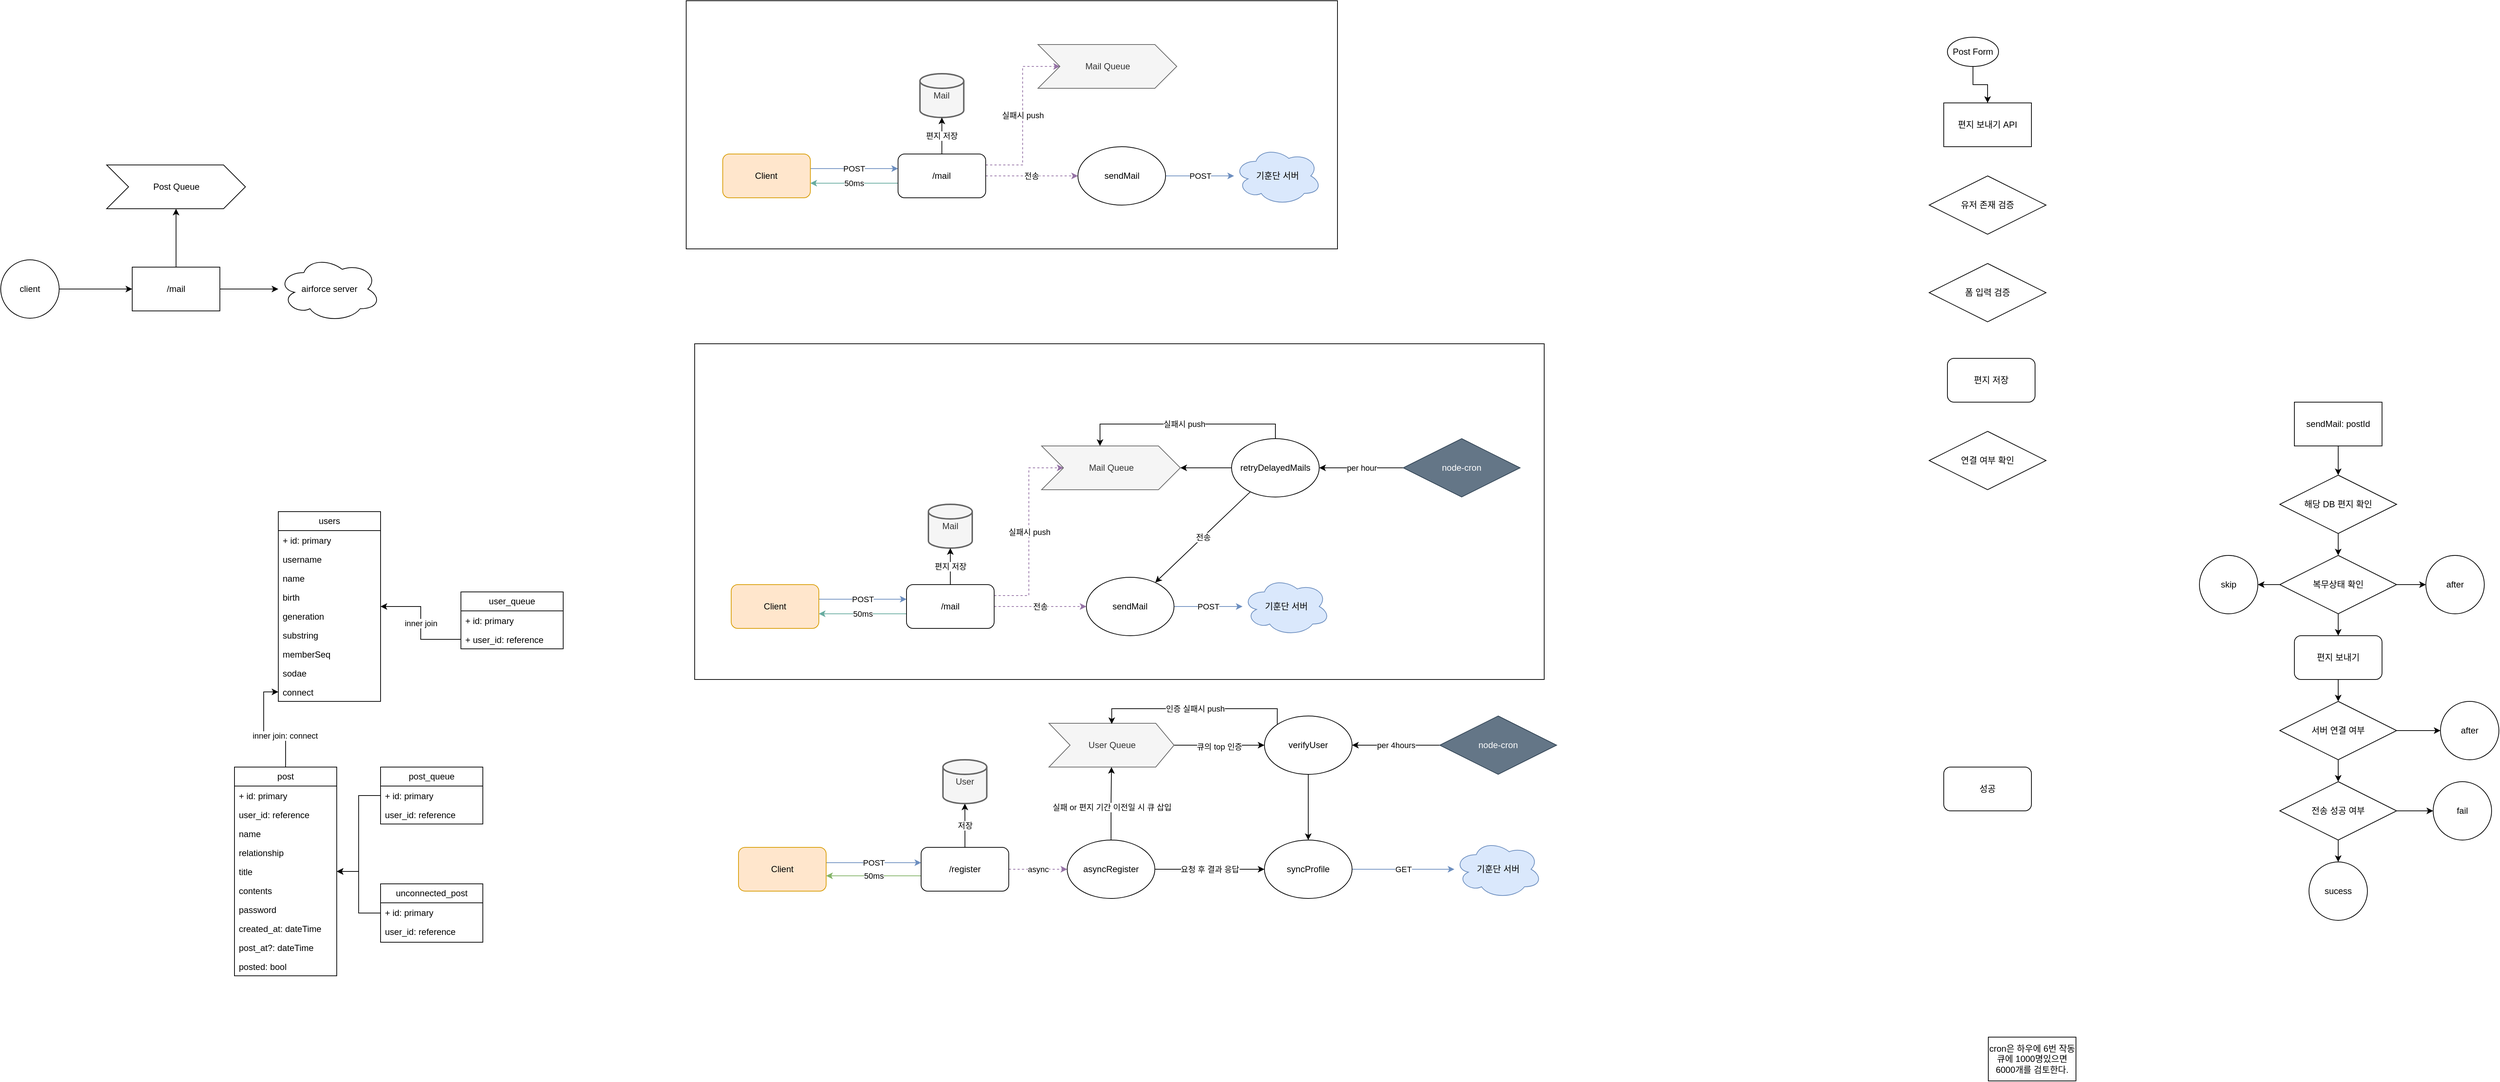
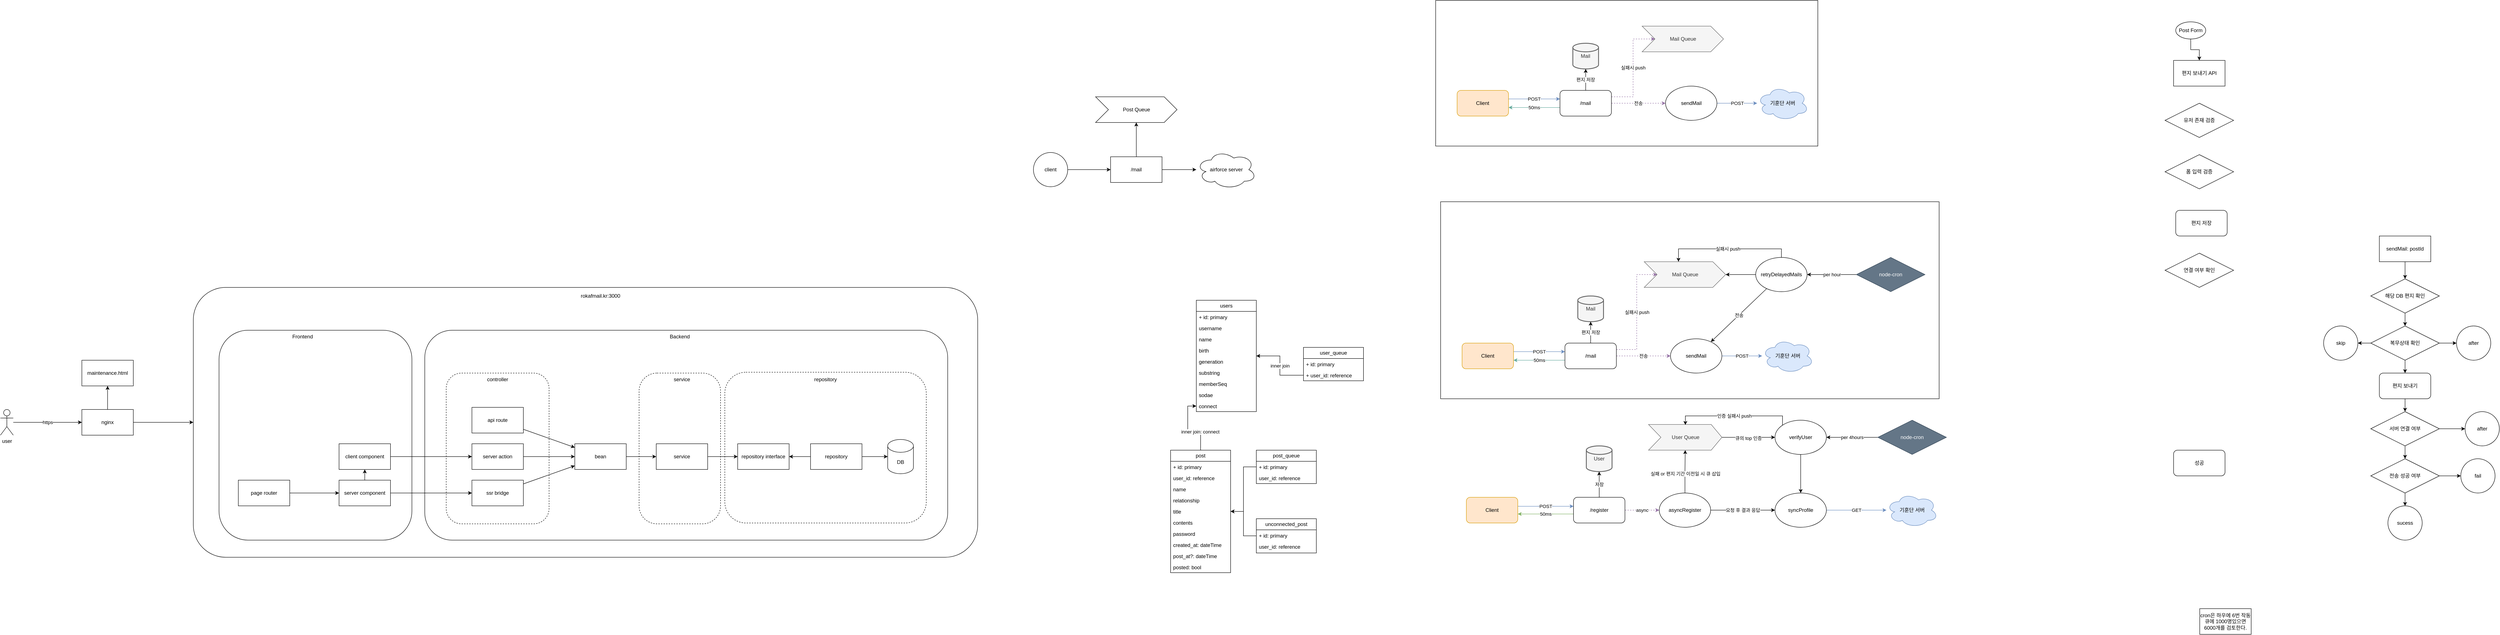
- <mxfile host="app.diagrams.net" modified="2024-05-12T14:56:53.868Z" agent="Mozilla/5.0 (Windows NT 10.0; Win64; x64) AppleWebKit/537.36 (KHTML, like Gecko) Chrome/98.0.4758.102 Safari/537.36" etag="oG6iJlk55wp5_YJlJopc" version="24.4.0" type="github">
+ <mxfile host="app.diagrams.net" modified="2024-07-03T14:45:11.833Z" agent="Mozilla/5.0 (Windows NT 10.0; Win64; x64) AppleWebKit/537.36 (KHTML, like Gecko) Chrome/98.0.4758.102 Safari/537.36" etag="49V6ztZTlKD86482JQOC" version="24.6.4" type="github">
  <diagram name="페이지-1" id="YYIqQqlZSumYDMB_ZiYN">
-     <mxGraphModel dx="2420" dy="1955" grid="1" gridSize="10" guides="1" tooltips="1" connect="1" arrows="1" fold="1" page="1" pageScale="1" pageWidth="827" pageHeight="1169" math="0" shadow="0">
+     <mxGraphModel dx="5220" dy="2188" grid="1" gridSize="10" guides="1" tooltips="1" connect="1" arrows="1" fold="1" page="1" pageScale="1" pageWidth="827" pageHeight="1169" math="0" shadow="0">
      <root>
        <mxCell id="0" />
        <mxCell id="1" parent="0" />
-         <mxCell id="cLTC8Ta03XSz9wgc8oL8-10" value="" style="rounded=0;whiteSpace=wrap;html=1;" vertex="1" parent="1">
+         <mxCell id="HjyYQR78wkuJb60IUFvB-56" value="" style="rounded=1;whiteSpace=wrap;html=1;arcSize=12;" vertex="1" parent="1">
+           <mxGeometry x="-2200" y="220" width="1830" height="630" as="geometry" />
+         </mxCell>
+         <mxCell id="HjyYQR78wkuJb60IUFvB-39" value="" style="rounded=1;whiteSpace=wrap;html=1;arcSize=15;" vertex="1" parent="1">
+           <mxGeometry x="-2140" y="320" width="450" height="490" as="geometry" />
+         </mxCell>
+         <mxCell id="HjyYQR78wkuJb60IUFvB-35" value="" style="rounded=1;whiteSpace=wrap;html=1;arcSize=13;" vertex="1" parent="1">
+           <mxGeometry x="-1660" y="320" width="1220" height="490" as="geometry" />
+         </mxCell>
+         <mxCell id="HjyYQR78wkuJb60IUFvB-37" value="" style="rounded=1;whiteSpace=wrap;html=1;dashed=1;arcSize=22;" vertex="1" parent="1">
+           <mxGeometry x="-1160" y="420" width="190" height="352" as="geometry" />
+         </mxCell>
+         <mxCell id="HjyYQR78wkuJb60IUFvB-32" value="" style="rounded=1;whiteSpace=wrap;html=1;dashed=1;arcSize=14;" vertex="1" parent="1">
+           <mxGeometry x="-960" y="418" width="470" height="352" as="geometry" />
+         </mxCell>
+         <mxCell id="HjyYQR78wkuJb60IUFvB-33" value="repository" style="text;html=1;align=center;verticalAlign=middle;whiteSpace=wrap;rounded=0;" vertex="1" parent="1">
+           <mxGeometry x="-755" y="420" width="60" height="30" as="geometry" />
+         </mxCell>
+         <mxCell id="HjyYQR78wkuJb60IUFvB-30" value="" style="rounded=1;whiteSpace=wrap;html=1;dashed=1;" vertex="1" parent="1">
+           <mxGeometry x="-1610" y="420" width="240" height="352" as="geometry" />
+         </mxCell>
+         <mxCell id="cLTC8Ta03XSz9wgc8oL8-10" value="" style="rounded=0;whiteSpace=wrap;html=1;" parent="1" vertex="1">
          <mxGeometry x="710" y="20" width="1163" height="460" as="geometry" />
        </mxCell>
        <mxCell id="AZsRamwOxZUp80OkMe_C-2" value="users" style="swimlane;fontStyle=0;childLayout=stackLayout;horizontal=1;startSize=26;fillColor=none;horizontalStack=0;resizeParent=1;resizeParentMax=0;resizeLast=0;collapsible=1;marginBottom=0;whiteSpace=wrap;html=1;" parent="1" vertex="1">
          <mxGeometry x="140" y="250" width="140" height="260" as="geometry" />
        </mxCell>
        <mxCell id="AZsRamwOxZUp80OkMe_C-3" value="+ id: primary" style="text;strokeColor=none;fillColor=none;align=left;verticalAlign=top;spacingLeft=4;spacingRight=4;overflow=hidden;rotatable=0;points=[[0,0.5],[1,0.5]];portConstraint=eastwest;whiteSpace=wrap;html=1;" parent="AZsRamwOxZUp80OkMe_C-2" vertex="1">
          <mxGeometry y="26" width="140" height="26" as="geometry" />
        </mxCell>
        <mxCell id="AZsRamwOxZUp80OkMe_C-4" value="username" style="text;strokeColor=none;fillColor=none;align=left;verticalAlign=top;spacingLeft=4;spacingRight=4;overflow=hidden;rotatable=0;points=[[0,0.5],[1,0.5]];portConstraint=eastwest;whiteSpace=wrap;html=1;" parent="AZsRamwOxZUp80OkMe_C-2" vertex="1">
          <mxGeometry y="52" width="140" height="26" as="geometry" />
        </mxCell>
        <mxCell id="AZsRamwOxZUp80OkMe_C-5" value="name" style="text;strokeColor=none;fillColor=none;align=left;verticalAlign=top;spacingLeft=4;spacingRight=4;overflow=hidden;rotatable=0;points=[[0,0.5],[1,0.5]];portConstraint=eastwest;whiteSpace=wrap;html=1;" parent="AZsRamwOxZUp80OkMe_C-2" vertex="1">
          <mxGeometry y="78" width="140" height="26" as="geometry" />
        </mxCell>
        <mxCell id="AZsRamwOxZUp80OkMe_C-10" value="birth" style="text;strokeColor=none;fillColor=none;align=left;verticalAlign=top;spacingLeft=4;spacingRight=4;overflow=hidden;rotatable=0;points=[[0,0.5],[1,0.5]];portConstraint=eastwest;whiteSpace=wrap;html=1;" parent="AZsRamwOxZUp80OkMe_C-2" vertex="1">
          <mxGeometry y="104" width="140" height="26" as="geometry" />
        </mxCell>
        <mxCell id="AZsRamwOxZUp80OkMe_C-11" value="generation" style="text;strokeColor=none;fillColor=none;align=left;verticalAlign=top;spacingLeft=4;spacingRight=4;overflow=hidden;rotatable=0;points=[[0,0.5],[1,0.5]];portConstraint=eastwest;whiteSpace=wrap;html=1;" parent="AZsRamwOxZUp80OkMe_C-2" vertex="1">
          <mxGeometry y="130" width="140" height="26" as="geometry" />
        </mxCell>
        <mxCell id="AZsRamwOxZUp80OkMe_C-12" value="substring" style="text;strokeColor=none;fillColor=none;align=left;verticalAlign=top;spacingLeft=4;spacingRight=4;overflow=hidden;rotatable=0;points=[[0,0.5],[1,0.5]];portConstraint=eastwest;whiteSpace=wrap;html=1;" parent="AZsRamwOxZUp80OkMe_C-2" vertex="1">
          <mxGeometry y="156" width="140" height="26" as="geometry" />
        </mxCell>
        <mxCell id="AZsRamwOxZUp80OkMe_C-15" value="memberSeq" style="text;strokeColor=none;fillColor=none;align=left;verticalAlign=top;spacingLeft=4;spacingRight=4;overflow=hidden;rotatable=0;points=[[0,0.5],[1,0.5]];portConstraint=eastwest;whiteSpace=wrap;html=1;" parent="AZsRamwOxZUp80OkMe_C-2" vertex="1">
          <mxGeometry y="182" width="140" height="26" as="geometry" />
        </mxCell>
        <mxCell id="AZsRamwOxZUp80OkMe_C-14" value="sodae" style="text;strokeColor=none;fillColor=none;align=left;verticalAlign=top;spacingLeft=4;spacingRight=4;overflow=hidden;rotatable=0;points=[[0,0.5],[1,0.5]];portConstraint=eastwest;whiteSpace=wrap;html=1;" parent="AZsRamwOxZUp80OkMe_C-2" vertex="1">
          <mxGeometry y="208" width="140" height="26" as="geometry" />
        </mxCell>
        <mxCell id="AZsRamwOxZUp80OkMe_C-16" value="connect" style="text;strokeColor=none;fillColor=none;align=left;verticalAlign=top;spacingLeft=4;spacingRight=4;overflow=hidden;rotatable=0;points=[[0,0.5],[1,0.5]];portConstraint=eastwest;whiteSpace=wrap;html=1;" parent="AZsRamwOxZUp80OkMe_C-2" vertex="1">
          <mxGeometry y="234" width="140" height="26" as="geometry" />
        </mxCell>
        <mxCell id="AZsRamwOxZUp80OkMe_C-6" value="user_queue" style="swimlane;fontStyle=0;childLayout=stackLayout;horizontal=1;startSize=26;fillColor=none;horizontalStack=0;resizeParent=1;resizeParentMax=0;resizeLast=0;collapsible=1;marginBottom=0;whiteSpace=wrap;html=1;" parent="1" vertex="1">
          <mxGeometry x="390" y="360" width="140" height="78" as="geometry" />
        </mxCell>
        <mxCell id="AZsRamwOxZUp80OkMe_C-18" value="+ id: primary" style="text;strokeColor=none;fillColor=none;align=left;verticalAlign=top;spacingLeft=4;spacingRight=4;overflow=hidden;rotatable=0;points=[[0,0.5],[1,0.5]];portConstraint=eastwest;whiteSpace=wrap;html=1;" parent="AZsRamwOxZUp80OkMe_C-6" vertex="1">
          <mxGeometry y="26" width="140" height="26" as="geometry" />
        </mxCell>
        <mxCell id="AZsRamwOxZUp80OkMe_C-7" value="+ user_id: reference" style="text;strokeColor=none;fillColor=none;align=left;verticalAlign=top;spacingLeft=4;spacingRight=4;overflow=hidden;rotatable=0;points=[[0,0.5],[1,0.5]];portConstraint=eastwest;whiteSpace=wrap;html=1;" parent="AZsRamwOxZUp80OkMe_C-6" vertex="1">
          <mxGeometry y="52" width="140" height="26" as="geometry" />
        </mxCell>
        <mxCell id="AZsRamwOxZUp80OkMe_C-19" value="inner join" style="edgeStyle=orthogonalEdgeStyle;rounded=0;orthogonalLoop=1;jettySize=auto;html=1;" parent="1" source="AZsRamwOxZUp80OkMe_C-7" target="AZsRamwOxZUp80OkMe_C-2" edge="1">
          <mxGeometry relative="1" as="geometry" />
        </mxCell>
        <mxCell id="F6sanjwA14LKa2ckui42-2" style="edgeStyle=orthogonalEdgeStyle;rounded=0;orthogonalLoop=1;jettySize=auto;html=1;" parent="1" source="AZsRamwOxZUp80OkMe_C-20" target="AZsRamwOxZUp80OkMe_C-16" edge="1">
          <mxGeometry relative="1" as="geometry" />
        </mxCell>
        <mxCell id="F6sanjwA14LKa2ckui42-3" value="inner join: connect" style="edgeLabel;html=1;align=center;verticalAlign=middle;resizable=0;points=[];" parent="F6sanjwA14LKa2ckui42-2" vertex="1" connectable="0">
          <mxGeometry x="-0.4284" y="1" relative="1" as="geometry">
            <mxPoint as="offset" />
          </mxGeometry>
        </mxCell>
        <mxCell id="AZsRamwOxZUp80OkMe_C-20" value="post" style="swimlane;fontStyle=0;childLayout=stackLayout;horizontal=1;startSize=26;fillColor=none;horizontalStack=0;resizeParent=1;resizeParentMax=0;resizeLast=0;collapsible=1;marginBottom=0;whiteSpace=wrap;html=1;" parent="1" vertex="1">
          <mxGeometry x="80" y="600" width="140" height="286" as="geometry" />
        </mxCell>
        <mxCell id="AZsRamwOxZUp80OkMe_C-21" value="+ id: primary" style="text;strokeColor=none;fillColor=none;align=left;verticalAlign=top;spacingLeft=4;spacingRight=4;overflow=hidden;rotatable=0;points=[[0,0.5],[1,0.5]];portConstraint=eastwest;whiteSpace=wrap;html=1;" parent="AZsRamwOxZUp80OkMe_C-20" vertex="1">
          <mxGeometry y="26" width="140" height="26" as="geometry" />
        </mxCell>
        <mxCell id="AZsRamwOxZUp80OkMe_C-22" value="user_id: reference" style="text;strokeColor=none;fillColor=none;align=left;verticalAlign=top;spacingLeft=4;spacingRight=4;overflow=hidden;rotatable=0;points=[[0,0.5],[1,0.5]];portConstraint=eastwest;whiteSpace=wrap;html=1;" parent="AZsRamwOxZUp80OkMe_C-20" vertex="1">
          <mxGeometry y="52" width="140" height="26" as="geometry" />
        </mxCell>
        <mxCell id="AZsRamwOxZUp80OkMe_C-23" value="name" style="text;strokeColor=none;fillColor=none;align=left;verticalAlign=top;spacingLeft=4;spacingRight=4;overflow=hidden;rotatable=0;points=[[0,0.5],[1,0.5]];portConstraint=eastwest;whiteSpace=wrap;html=1;" parent="AZsRamwOxZUp80OkMe_C-20" vertex="1">
          <mxGeometry y="78" width="140" height="26" as="geometry" />
        </mxCell>
        <mxCell id="AZsRamwOxZUp80OkMe_C-24" value="relationship" style="text;strokeColor=none;fillColor=none;align=left;verticalAlign=top;spacingLeft=4;spacingRight=4;overflow=hidden;rotatable=0;points=[[0,0.5],[1,0.5]];portConstraint=eastwest;whiteSpace=wrap;html=1;" parent="AZsRamwOxZUp80OkMe_C-20" vertex="1">
          <mxGeometry y="104" width="140" height="26" as="geometry" />
        </mxCell>
        <mxCell id="AZsRamwOxZUp80OkMe_C-25" value="title" style="text;strokeColor=none;fillColor=none;align=left;verticalAlign=top;spacingLeft=4;spacingRight=4;overflow=hidden;rotatable=0;points=[[0,0.5],[1,0.5]];portConstraint=eastwest;whiteSpace=wrap;html=1;" parent="AZsRamwOxZUp80OkMe_C-20" vertex="1">
          <mxGeometry y="130" width="140" height="26" as="geometry" />
        </mxCell>
        <mxCell id="AZsRamwOxZUp80OkMe_C-26" value="contents" style="text;strokeColor=none;fillColor=none;align=left;verticalAlign=top;spacingLeft=4;spacingRight=4;overflow=hidden;rotatable=0;points=[[0,0.5],[1,0.5]];portConstraint=eastwest;whiteSpace=wrap;html=1;" parent="AZsRamwOxZUp80OkMe_C-20" vertex="1">
          <mxGeometry y="156" width="140" height="26" as="geometry" />
        </mxCell>
        <mxCell id="AZsRamwOxZUp80OkMe_C-27" value="password" style="text;strokeColor=none;fillColor=none;align=left;verticalAlign=top;spacingLeft=4;spacingRight=4;overflow=hidden;rotatable=0;points=[[0,0.5],[1,0.5]];portConstraint=eastwest;whiteSpace=wrap;html=1;" parent="AZsRamwOxZUp80OkMe_C-20" vertex="1">
          <mxGeometry y="182" width="140" height="26" as="geometry" />
        </mxCell>
        <mxCell id="AZsRamwOxZUp80OkMe_C-28" value="created_at: dateTime" style="text;strokeColor=none;fillColor=none;align=left;verticalAlign=top;spacingLeft=4;spacingRight=4;overflow=hidden;rotatable=0;points=[[0,0.5],[1,0.5]];portConstraint=eastwest;whiteSpace=wrap;html=1;" parent="AZsRamwOxZUp80OkMe_C-20" vertex="1">
          <mxGeometry y="208" width="140" height="26" as="geometry" />
        </mxCell>
        <mxCell id="AZsRamwOxZUp80OkMe_C-41" value="post_at?: dateTime" style="text;strokeColor=none;fillColor=none;align=left;verticalAlign=top;spacingLeft=4;spacingRight=4;overflow=hidden;rotatable=0;points=[[0,0.5],[1,0.5]];portConstraint=eastwest;whiteSpace=wrap;html=1;" parent="AZsRamwOxZUp80OkMe_C-20" vertex="1">
          <mxGeometry y="234" width="140" height="26" as="geometry" />
        </mxCell>
        <mxCell id="AZsRamwOxZUp80OkMe_C-42" value="posted: bool" style="text;strokeColor=none;fillColor=none;align=left;verticalAlign=top;spacingLeft=4;spacingRight=4;overflow=hidden;rotatable=0;points=[[0,0.5],[1,0.5]];portConstraint=eastwest;whiteSpace=wrap;html=1;" parent="AZsRamwOxZUp80OkMe_C-20" vertex="1">
          <mxGeometry y="260" width="140" height="26" as="geometry" />
        </mxCell>
        <mxCell id="F6sanjwA14LKa2ckui42-4" style="edgeStyle=orthogonalEdgeStyle;rounded=0;orthogonalLoop=1;jettySize=auto;html=1;" parent="1" source="AZsRamwOxZUp80OkMe_C-30" target="AZsRamwOxZUp80OkMe_C-20" edge="1">
          <mxGeometry relative="1" as="geometry" />
        </mxCell>
        <mxCell id="AZsRamwOxZUp80OkMe_C-30" value="post_queue" style="swimlane;fontStyle=0;childLayout=stackLayout;horizontal=1;startSize=26;fillColor=none;horizontalStack=0;resizeParent=1;resizeParentMax=0;resizeLast=0;collapsible=1;marginBottom=0;whiteSpace=wrap;html=1;" parent="1" vertex="1">
          <mxGeometry x="280" y="600" width="140" height="78" as="geometry" />
        </mxCell>
        <mxCell id="AZsRamwOxZUp80OkMe_C-31" value="+ id: primary" style="text;strokeColor=none;fillColor=none;align=left;verticalAlign=top;spacingLeft=4;spacingRight=4;overflow=hidden;rotatable=0;points=[[0,0.5],[1,0.5]];portConstraint=eastwest;whiteSpace=wrap;html=1;" parent="AZsRamwOxZUp80OkMe_C-30" vertex="1">
          <mxGeometry y="26" width="140" height="26" as="geometry" />
        </mxCell>
        <mxCell id="AZsRamwOxZUp80OkMe_C-32" value="user_id: reference" style="text;strokeColor=none;fillColor=none;align=left;verticalAlign=top;spacingLeft=4;spacingRight=4;overflow=hidden;rotatable=0;points=[[0,0.5],[1,0.5]];portConstraint=eastwest;whiteSpace=wrap;html=1;" parent="AZsRamwOxZUp80OkMe_C-30" vertex="1">
          <mxGeometry y="52" width="140" height="26" as="geometry" />
        </mxCell>
        <mxCell id="F6sanjwA14LKa2ckui42-5" style="edgeStyle=orthogonalEdgeStyle;rounded=0;orthogonalLoop=1;jettySize=auto;html=1;" parent="1" source="AZsRamwOxZUp80OkMe_C-46" target="AZsRamwOxZUp80OkMe_C-20" edge="1">
          <mxGeometry relative="1" as="geometry" />
        </mxCell>
        <mxCell id="AZsRamwOxZUp80OkMe_C-46" value="unconnected_post" style="swimlane;fontStyle=0;childLayout=stackLayout;horizontal=1;startSize=26;fillColor=none;horizontalStack=0;resizeParent=1;resizeParentMax=0;resizeLast=0;collapsible=1;marginBottom=0;whiteSpace=wrap;html=1;" parent="1" vertex="1">
          <mxGeometry x="280" y="760" width="140" height="80" as="geometry" />
        </mxCell>
        <mxCell id="AZsRamwOxZUp80OkMe_C-47" value="+ id: primary" style="text;strokeColor=none;fillColor=none;align=left;verticalAlign=top;spacingLeft=4;spacingRight=4;overflow=hidden;rotatable=0;points=[[0,0.5],[1,0.5]];portConstraint=eastwest;whiteSpace=wrap;html=1;" parent="AZsRamwOxZUp80OkMe_C-46" vertex="1">
          <mxGeometry y="26" width="140" height="26" as="geometry" />
        </mxCell>
        <mxCell id="AZsRamwOxZUp80OkMe_C-48" value="user_id: reference" style="text;strokeColor=none;fillColor=none;align=left;verticalAlign=top;spacingLeft=4;spacingRight=4;overflow=hidden;rotatable=0;points=[[0,0.5],[1,0.5]];portConstraint=eastwest;whiteSpace=wrap;html=1;" parent="AZsRamwOxZUp80OkMe_C-46" vertex="1">
          <mxGeometry y="52" width="140" height="28" as="geometry" />
        </mxCell>
        <mxCell id="wQPPLxiwdvjhVnuzjJRF-10" value="실패시 push" style="edgeStyle=elbowEdgeStyle;rounded=0;orthogonalLoop=1;jettySize=auto;html=1;fillColor=#e1d5e7;strokeColor=#9673a6;dashed=1;entryX=0;entryY=0.5;entryDx=30;entryDy=0;entryPerimeter=0;exitX=1;exitY=0.25;exitDx=0;exitDy=0;" parent="1" source="TXcI-fBlLuWAS2TPfB02-22" target="TXcI-fBlLuWAS2TPfB02-9" edge="1">
          <mxGeometry relative="1" as="geometry">
            <mxPoint x="1282.5" y="365" as="sourcePoint" />
          </mxGeometry>
        </mxCell>
        <mxCell id="wQPPLxiwdvjhVnuzjJRF-13" value="POST" style="rounded=0;orthogonalLoop=1;jettySize=auto;html=1;startArrow=none;startFill=0;fillColor=#dae8fc;strokeColor=#6c8ebf;" parent="1" source="wQPPLxiwdvjhVnuzjJRF-19" target="TXcI-fBlLuWAS2TPfB02-2" edge="1">
          <mxGeometry relative="1" as="geometry" />
        </mxCell>
        <mxCell id="TXcI-fBlLuWAS2TPfB02-2" value="기훈단 서버" style="ellipse;shape=cloud;whiteSpace=wrap;html=1;fillColor=#dae8fc;strokeColor=#6c8ebf;" parent="1" vertex="1">
          <mxGeometry x="1460" y="340" width="120" height="80" as="geometry" />
        </mxCell>
        <mxCell id="TXcI-fBlLuWAS2TPfB02-11" value="" style="edgeStyle=orthogonalEdgeStyle;rounded=0;orthogonalLoop=1;jettySize=auto;html=1;" parent="1" source="wQPPLxiwdvjhVnuzjJRF-23" target="TXcI-fBlLuWAS2TPfB02-9" edge="1">
          <mxGeometry relative="1" as="geometry">
            <mxPoint x="1449.9099999999999" y="220" as="targetPoint" />
            <Array as="points" />
          </mxGeometry>
        </mxCell>
        <mxCell id="TXcI-fBlLuWAS2TPfB02-9" value="Mail Queue" style="html=1;shadow=0;dashed=0;align=center;verticalAlign=middle;shape=mxgraph.arrows2.arrow;dy=0;dx=30;notch=30;fillColor=#f5f5f5;fontColor=#333333;strokeColor=#666666;" parent="1" vertex="1">
          <mxGeometry x="1184.91" y="160" width="190" height="60" as="geometry" />
        </mxCell>
        <mxCell id="TXcI-fBlLuWAS2TPfB02-21" value="POST" style="edgeStyle=orthogonalEdgeStyle;rounded=0;orthogonalLoop=1;jettySize=auto;html=1;fillColor=#dae8fc;strokeColor=#6c8ebf;" parent="1" source="TXcI-fBlLuWAS2TPfB02-19" target="TXcI-fBlLuWAS2TPfB02-22" edge="1">
          <mxGeometry relative="1" as="geometry">
            <mxPoint x="970" y="380" as="targetPoint" />
            <Array as="points">
              <mxPoint x="960" y="370" />
              <mxPoint x="960" y="370" />
            </Array>
          </mxGeometry>
        </mxCell>
        <mxCell id="TXcI-fBlLuWAS2TPfB02-19" value="Client" style="rounded=1;whiteSpace=wrap;html=1;fillColor=#ffe6cc;strokeColor=#d79b00;" parent="1" vertex="1">
          <mxGeometry x="760" y="350" width="120" height="60" as="geometry" />
        </mxCell>
        <mxCell id="TXcI-fBlLuWAS2TPfB02-20" value="Mail" style="strokeWidth=2;html=1;shape=mxgraph.flowchart.database;whiteSpace=wrap;fillColor=#f5f5f5;fontColor=#333333;strokeColor=#666666;" parent="1" vertex="1">
          <mxGeometry x="1030" y="240" width="60" height="60" as="geometry" />
        </mxCell>
        <mxCell id="TXcI-fBlLuWAS2TPfB02-23" value="편지 저장" style="edgeStyle=orthogonalEdgeStyle;rounded=0;orthogonalLoop=1;jettySize=auto;html=1;" parent="1" source="TXcI-fBlLuWAS2TPfB02-22" target="TXcI-fBlLuWAS2TPfB02-20" edge="1">
          <mxGeometry relative="1" as="geometry" />
        </mxCell>
        <mxCell id="TXcI-fBlLuWAS2TPfB02-24" value="전송" style="edgeStyle=orthogonalEdgeStyle;rounded=0;orthogonalLoop=1;jettySize=auto;html=1;dashed=1;fillColor=#e1d5e7;strokeColor=#9673a6;" parent="1" source="TXcI-fBlLuWAS2TPfB02-22" target="wQPPLxiwdvjhVnuzjJRF-19" edge="1">
          <mxGeometry relative="1" as="geometry">
            <mxPoint x="1260" y="380" as="targetPoint" />
          </mxGeometry>
        </mxCell>
        <mxCell id="TXcI-fBlLuWAS2TPfB02-26" value="50ms" style="edgeStyle=orthogonalEdgeStyle;rounded=0;orthogonalLoop=1;jettySize=auto;html=1;strokeColor=#67AB9F;" parent="1" source="TXcI-fBlLuWAS2TPfB02-22" target="TXcI-fBlLuWAS2TPfB02-19" edge="1">
          <mxGeometry relative="1" as="geometry">
            <Array as="points">
              <mxPoint x="960" y="390" />
              <mxPoint x="960" y="390" />
            </Array>
          </mxGeometry>
        </mxCell>
        <mxCell id="TXcI-fBlLuWAS2TPfB02-22" value="/mail" style="rounded=1;whiteSpace=wrap;html=1;" parent="1" vertex="1">
          <mxGeometry x="1000" y="350" width="120" height="60" as="geometry" />
        </mxCell>
        <mxCell id="wQPPLxiwdvjhVnuzjJRF-21" value="per hour" style="rounded=0;orthogonalLoop=1;jettySize=auto;html=1;edgeStyle=orthogonalEdgeStyle;" parent="1" source="TXcI-fBlLuWAS2TPfB02-27" target="wQPPLxiwdvjhVnuzjJRF-23" edge="1">
          <mxGeometry relative="1" as="geometry" />
        </mxCell>
        <mxCell id="TXcI-fBlLuWAS2TPfB02-27" value="node-cron" style="rhombus;whiteSpace=wrap;html=1;fillColor=#647687;fontColor=#ffffff;strokeColor=#314354;" parent="1" vertex="1">
          <mxGeometry x="1680" y="150" width="160" height="80" as="geometry" />
        </mxCell>
        <mxCell id="u-H9VCNATk9NBnKGN-eY-5" value="POST" style="edgeStyle=orthogonalEdgeStyle;rounded=0;orthogonalLoop=1;jettySize=auto;html=1;fillColor=#dae8fc;strokeColor=#6c8ebf;" parent="1" edge="1">
          <mxGeometry relative="1" as="geometry">
            <mxPoint x="890" y="731" as="sourcePoint" />
            <mxPoint x="1020" y="731" as="targetPoint" />
          </mxGeometry>
        </mxCell>
        <mxCell id="TXcI-fBlLuWAS2TPfB02-53" value="Client" style="rounded=1;whiteSpace=wrap;html=1;fillColor=#ffe6cc;strokeColor=#d79b00;" parent="1" vertex="1">
          <mxGeometry x="770.0000000000001" y="710" width="120" height="60" as="geometry" />
        </mxCell>
        <mxCell id="TXcI-fBlLuWAS2TPfB02-57" value="async" style="edgeStyle=orthogonalEdgeStyle;rounded=0;orthogonalLoop=1;jettySize=auto;html=1;dashed=1;fillColor=#e1d5e7;strokeColor=#9673a6;" parent="1" source="TXcI-fBlLuWAS2TPfB02-54" target="TXcI-fBlLuWAS2TPfB02-56" edge="1">
          <mxGeometry relative="1" as="geometry" />
        </mxCell>
        <mxCell id="TXcI-fBlLuWAS2TPfB02-59" value="50ms" style="edgeStyle=orthogonalEdgeStyle;rounded=0;orthogonalLoop=1;jettySize=auto;html=1;fillColor=#d5e8d4;strokeColor=#82b366;" parent="1" edge="1">
          <mxGeometry relative="1" as="geometry">
            <mxPoint x="1020" y="749" as="sourcePoint" />
            <mxPoint x="890" y="749" as="targetPoint" />
          </mxGeometry>
        </mxCell>
        <mxCell id="TXcI-fBlLuWAS2TPfB02-65" value="저장" style="edgeStyle=orthogonalEdgeStyle;rounded=0;orthogonalLoop=1;jettySize=auto;html=1;" parent="1" source="TXcI-fBlLuWAS2TPfB02-54" target="TXcI-fBlLuWAS2TPfB02-64" edge="1">
          <mxGeometry relative="1" as="geometry" />
        </mxCell>
        <mxCell id="TXcI-fBlLuWAS2TPfB02-54" value="/register" style="rounded=1;whiteSpace=wrap;html=1;" parent="1" vertex="1">
          <mxGeometry x="1020" y="710" width="120" height="60" as="geometry" />
        </mxCell>
        <mxCell id="TXcI-fBlLuWAS2TPfB02-69" style="edgeStyle=orthogonalEdgeStyle;rounded=0;orthogonalLoop=1;jettySize=auto;html=1;" parent="1" source="TXcI-fBlLuWAS2TPfB02-56" target="TXcI-fBlLuWAS2TPfB02-61" edge="1">
          <mxGeometry relative="1" as="geometry" />
        </mxCell>
        <mxCell id="y1SOeucjYuMJN-nhCAUV-7" value="실패 or 편지 기간 이전일 시 큐 삽입" style="edgeLabel;html=1;align=center;verticalAlign=middle;resizable=0;points=[];" parent="TXcI-fBlLuWAS2TPfB02-69" vertex="1" connectable="0">
          <mxGeometry x="-0.1037" y="-1" relative="1" as="geometry">
            <mxPoint as="offset" />
          </mxGeometry>
        </mxCell>
        <mxCell id="K3UKubzrvV4H-gYz2n_W-7" value="요청 후 결과 응답" style="edgeStyle=orthogonalEdgeStyle;rounded=0;orthogonalLoop=1;jettySize=auto;html=1;" parent="1" source="TXcI-fBlLuWAS2TPfB02-56" target="K3UKubzrvV4H-gYz2n_W-2" edge="1">
          <mxGeometry relative="1" as="geometry" />
        </mxCell>
        <mxCell id="TXcI-fBlLuWAS2TPfB02-56" value="asyncRegister" style="ellipse;whiteSpace=wrap;html=1;" parent="1" vertex="1">
          <mxGeometry x="1220" y="700" width="120" height="80" as="geometry" />
        </mxCell>
        <mxCell id="TXcI-fBlLuWAS2TPfB02-71" style="edgeStyle=orthogonalEdgeStyle;rounded=0;orthogonalLoop=1;jettySize=auto;html=1;" parent="1" source="TXcI-fBlLuWAS2TPfB02-61" target="K3UKubzrvV4H-gYz2n_W-4" edge="1">
          <mxGeometry relative="1" as="geometry">
            <mxPoint x="1440" y="610" as="targetPoint" />
          </mxGeometry>
        </mxCell>
        <mxCell id="y1SOeucjYuMJN-nhCAUV-8" value="큐의 top 인증" style="edgeLabel;html=1;align=center;verticalAlign=middle;resizable=0;points=[];" parent="TXcI-fBlLuWAS2TPfB02-71" vertex="1" connectable="0">
          <mxGeometry x="-0.0036" y="-2" relative="1" as="geometry">
            <mxPoint as="offset" />
          </mxGeometry>
        </mxCell>
        <mxCell id="TXcI-fBlLuWAS2TPfB02-61" value="User Queue" style="html=1;shadow=0;dashed=0;align=center;verticalAlign=middle;shape=mxgraph.arrows2.arrow;dy=0;dx=25;notch=29;fillColor=#f5f5f5;fontColor=#333333;strokeColor=#666666;" parent="1" vertex="1">
          <mxGeometry x="1195" y="540" width="171.25" height="60" as="geometry" />
        </mxCell>
        <mxCell id="TXcI-fBlLuWAS2TPfB02-64" value="User" style="strokeWidth=2;html=1;shape=mxgraph.flowchart.database;whiteSpace=wrap;fillColor=#f5f5f5;fontColor=#333333;strokeColor=#666666;" parent="1" vertex="1">
          <mxGeometry x="1049.91" y="590" width="60" height="60" as="geometry" />
        </mxCell>
        <mxCell id="TXcI-fBlLuWAS2TPfB02-66" value="기훈단 서버" style="ellipse;shape=cloud;whiteSpace=wrap;html=1;fillColor=#dae8fc;strokeColor=#6c8ebf;" parent="1" vertex="1">
          <mxGeometry x="1750" y="700" width="120" height="80" as="geometry" />
        </mxCell>
        <mxCell id="TXcI-fBlLuWAS2TPfB02-81" value="cron은 하우에 6번 작동&lt;div&gt;큐에 1000명있으면&lt;/div&gt;&lt;div&gt;6000개를 검토한다.&lt;/div&gt;" style="whiteSpace=wrap;html=1;" parent="1" vertex="1">
          <mxGeometry x="2481" y="970" width="120" height="60" as="geometry" />
        </mxCell>
        <mxCell id="6U6_2w2MqQ0kD7e6yzDg-1" value="편지 보내기 API" style="rounded=0;whiteSpace=wrap;html=1;" parent="1" vertex="1">
          <mxGeometry x="2420" y="-310" width="120" height="60" as="geometry" />
        </mxCell>
        <mxCell id="6U6_2w2MqQ0kD7e6yzDg-3" style="edgeStyle=orthogonalEdgeStyle;rounded=0;orthogonalLoop=1;jettySize=auto;html=1;" parent="1" source="6U6_2w2MqQ0kD7e6yzDg-2" target="6U6_2w2MqQ0kD7e6yzDg-1" edge="1">
          <mxGeometry relative="1" as="geometry" />
        </mxCell>
        <mxCell id="6U6_2w2MqQ0kD7e6yzDg-2" value="Post Form" style="ellipse;whiteSpace=wrap;html=1;" parent="1" vertex="1">
          <mxGeometry x="2425" y="-400" width="70" height="40" as="geometry" />
        </mxCell>
        <mxCell id="6U6_2w2MqQ0kD7e6yzDg-4" value="유저 존재 검증" style="rhombus;whiteSpace=wrap;html=1;" parent="1" vertex="1">
          <mxGeometry x="2400" y="-210" width="160" height="80" as="geometry" />
        </mxCell>
        <mxCell id="6U6_2w2MqQ0kD7e6yzDg-5" value="폼 입력 검증" style="rhombus;whiteSpace=wrap;html=1;" parent="1" vertex="1">
          <mxGeometry x="2400" y="-90" width="160" height="80" as="geometry" />
        </mxCell>
        <mxCell id="6U6_2w2MqQ0kD7e6yzDg-6" value="편지 저장" style="rounded=1;whiteSpace=wrap;html=1;" parent="1" vertex="1">
          <mxGeometry x="2425" y="40" width="120" height="60" as="geometry" />
        </mxCell>
        <mxCell id="6U6_2w2MqQ0kD7e6yzDg-7" value="연결 여부 확인" style="rhombus;whiteSpace=wrap;html=1;" parent="1" vertex="1">
          <mxGeometry x="2400" y="140" width="160" height="80" as="geometry" />
        </mxCell>
        <mxCell id="6U6_2w2MqQ0kD7e6yzDg-30" style="edgeStyle=orthogonalEdgeStyle;rounded=0;orthogonalLoop=1;jettySize=auto;html=1;" parent="1" source="6U6_2w2MqQ0kD7e6yzDg-10" target="6U6_2w2MqQ0kD7e6yzDg-40" edge="1">
          <mxGeometry relative="1" as="geometry">
            <mxPoint x="2960" y="410" as="targetPoint" />
            <Array as="points" />
          </mxGeometry>
        </mxCell>
        <mxCell id="6U6_2w2MqQ0kD7e6yzDg-31" style="edgeStyle=orthogonalEdgeStyle;rounded=0;orthogonalLoop=1;jettySize=auto;html=1;" parent="1" source="6U6_2w2MqQ0kD7e6yzDg-10" target="6U6_2w2MqQ0kD7e6yzDg-22" edge="1">
          <mxGeometry relative="1" as="geometry" />
        </mxCell>
        <mxCell id="6U6_2w2MqQ0kD7e6yzDg-33" style="edgeStyle=orthogonalEdgeStyle;rounded=0;orthogonalLoop=1;jettySize=auto;html=1;" parent="1" source="6U6_2w2MqQ0kD7e6yzDg-10" target="6U6_2w2MqQ0kD7e6yzDg-32" edge="1">
          <mxGeometry relative="1" as="geometry" />
        </mxCell>
        <mxCell id="6U6_2w2MqQ0kD7e6yzDg-10" value="복무상태 확인" style="rhombus;whiteSpace=wrap;html=1;" parent="1" vertex="1">
          <mxGeometry x="2880" y="310" width="160" height="80" as="geometry" />
        </mxCell>
        <mxCell id="6U6_2w2MqQ0kD7e6yzDg-35" style="edgeStyle=orthogonalEdgeStyle;rounded=0;orthogonalLoop=1;jettySize=auto;html=1;" parent="1" source="6U6_2w2MqQ0kD7e6yzDg-11" target="6U6_2w2MqQ0kD7e6yzDg-34" edge="1">
          <mxGeometry relative="1" as="geometry" />
        </mxCell>
        <mxCell id="6U6_2w2MqQ0kD7e6yzDg-39" style="edgeStyle=orthogonalEdgeStyle;rounded=0;orthogonalLoop=1;jettySize=auto;html=1;" parent="1" source="6U6_2w2MqQ0kD7e6yzDg-11" target="6U6_2w2MqQ0kD7e6yzDg-36" edge="1">
          <mxGeometry relative="1" as="geometry" />
        </mxCell>
        <mxCell id="6U6_2w2MqQ0kD7e6yzDg-11" value="서버 연결 여부" style="rhombus;whiteSpace=wrap;html=1;" parent="1" vertex="1">
          <mxGeometry x="2880" y="510" width="160" height="80" as="geometry" />
        </mxCell>
        <mxCell id="6U6_2w2MqQ0kD7e6yzDg-12" value="성공" style="rounded=1;whiteSpace=wrap;html=1;" parent="1" vertex="1">
          <mxGeometry x="2420" y="600" width="120" height="60" as="geometry" />
        </mxCell>
        <mxCell id="6U6_2w2MqQ0kD7e6yzDg-16" style="edgeStyle=orthogonalEdgeStyle;rounded=0;orthogonalLoop=1;jettySize=auto;html=1;" parent="1" source="6U6_2w2MqQ0kD7e6yzDg-13" target="6U6_2w2MqQ0kD7e6yzDg-15" edge="1">
          <mxGeometry relative="1" as="geometry" />
        </mxCell>
        <mxCell id="6U6_2w2MqQ0kD7e6yzDg-13" value="sendMail: postId" style="rounded=0;whiteSpace=wrap;html=1;" parent="1" vertex="1">
          <mxGeometry x="2900" y="100" width="120" height="60" as="geometry" />
        </mxCell>
        <mxCell id="6U6_2w2MqQ0kD7e6yzDg-17" style="edgeStyle=orthogonalEdgeStyle;rounded=0;orthogonalLoop=1;jettySize=auto;html=1;" parent="1" source="6U6_2w2MqQ0kD7e6yzDg-15" target="6U6_2w2MqQ0kD7e6yzDg-10" edge="1">
          <mxGeometry relative="1" as="geometry" />
        </mxCell>
        <mxCell id="6U6_2w2MqQ0kD7e6yzDg-15" value="해당 DB 편지 확인" style="rhombus;whiteSpace=wrap;html=1;" parent="1" vertex="1">
          <mxGeometry x="2880" y="200" width="160" height="80" as="geometry" />
        </mxCell>
        <mxCell id="6U6_2w2MqQ0kD7e6yzDg-22" value="after" style="ellipse;whiteSpace=wrap;html=1;aspect=fixed;" parent="1" vertex="1">
          <mxGeometry x="3080" y="310" width="80" height="80" as="geometry" />
        </mxCell>
        <mxCell id="6U6_2w2MqQ0kD7e6yzDg-23" value="sucess" style="ellipse;whiteSpace=wrap;html=1;aspect=fixed;" parent="1" vertex="1">
          <mxGeometry x="2920" y="730" width="80" height="80" as="geometry" />
        </mxCell>
        <mxCell id="6U6_2w2MqQ0kD7e6yzDg-25" value="fail" style="ellipse;whiteSpace=wrap;html=1;aspect=fixed;" parent="1" vertex="1">
          <mxGeometry x="3090" y="620" width="80" height="80" as="geometry" />
        </mxCell>
        <mxCell id="6U6_2w2MqQ0kD7e6yzDg-32" value="skip" style="ellipse;whiteSpace=wrap;html=1;aspect=fixed;" parent="1" vertex="1">
          <mxGeometry x="2770" y="310" width="80" height="80" as="geometry" />
        </mxCell>
        <mxCell id="6U6_2w2MqQ0kD7e6yzDg-34" value="after" style="ellipse;whiteSpace=wrap;html=1;aspect=fixed;" parent="1" vertex="1">
          <mxGeometry x="3100" y="510" width="80" height="80" as="geometry" />
        </mxCell>
        <mxCell id="6U6_2w2MqQ0kD7e6yzDg-37" style="edgeStyle=orthogonalEdgeStyle;rounded=0;orthogonalLoop=1;jettySize=auto;html=1;" parent="1" source="6U6_2w2MqQ0kD7e6yzDg-36" target="6U6_2w2MqQ0kD7e6yzDg-25" edge="1">
          <mxGeometry relative="1" as="geometry" />
        </mxCell>
        <mxCell id="6U6_2w2MqQ0kD7e6yzDg-38" style="edgeStyle=orthogonalEdgeStyle;rounded=0;orthogonalLoop=1;jettySize=auto;html=1;" parent="1" source="6U6_2w2MqQ0kD7e6yzDg-36" target="6U6_2w2MqQ0kD7e6yzDg-23" edge="1">
          <mxGeometry relative="1" as="geometry" />
        </mxCell>
        <mxCell id="6U6_2w2MqQ0kD7e6yzDg-36" value="전송 성공 여부" style="rhombus;whiteSpace=wrap;html=1;" parent="1" vertex="1">
          <mxGeometry x="2880" y="620" width="160" height="80" as="geometry" />
        </mxCell>
        <mxCell id="6U6_2w2MqQ0kD7e6yzDg-42" style="edgeStyle=orthogonalEdgeStyle;rounded=0;orthogonalLoop=1;jettySize=auto;html=1;" parent="1" source="6U6_2w2MqQ0kD7e6yzDg-40" target="6U6_2w2MqQ0kD7e6yzDg-11" edge="1">
          <mxGeometry relative="1" as="geometry" />
        </mxCell>
        <mxCell id="6U6_2w2MqQ0kD7e6yzDg-40" value="편지 보내기" style="rounded=1;whiteSpace=wrap;html=1;" parent="1" vertex="1">
          <mxGeometry x="2900" y="420" width="120" height="60" as="geometry" />
        </mxCell>
        <mxCell id="wQPPLxiwdvjhVnuzjJRF-7" style="edgeStyle=orthogonalEdgeStyle;rounded=0;orthogonalLoop=1;jettySize=auto;html=1;" parent="1" source="wQPPLxiwdvjhVnuzjJRF-2" target="wQPPLxiwdvjhVnuzjJRF-6" edge="1">
          <mxGeometry relative="1" as="geometry" />
        </mxCell>
        <mxCell id="wQPPLxiwdvjhVnuzjJRF-9" style="edgeStyle=orthogonalEdgeStyle;rounded=0;orthogonalLoop=1;jettySize=auto;html=1;" parent="1" source="wQPPLxiwdvjhVnuzjJRF-2" target="wQPPLxiwdvjhVnuzjJRF-8" edge="1">
          <mxGeometry relative="1" as="geometry" />
        </mxCell>
        <mxCell id="wQPPLxiwdvjhVnuzjJRF-2" value="/mail" style="rounded=0;whiteSpace=wrap;html=1;" parent="1" vertex="1">
          <mxGeometry x="-60" y="-85" width="120" height="60" as="geometry" />
        </mxCell>
        <mxCell id="wQPPLxiwdvjhVnuzjJRF-5" style="edgeStyle=orthogonalEdgeStyle;rounded=0;orthogonalLoop=1;jettySize=auto;html=1;" parent="1" source="wQPPLxiwdvjhVnuzjJRF-4" target="wQPPLxiwdvjhVnuzjJRF-2" edge="1">
          <mxGeometry relative="1" as="geometry" />
        </mxCell>
        <mxCell id="wQPPLxiwdvjhVnuzjJRF-4" value="client" style="ellipse;whiteSpace=wrap;html=1;aspect=fixed;" parent="1" vertex="1">
          <mxGeometry x="-240" y="-95" width="80" height="80" as="geometry" />
        </mxCell>
        <mxCell id="wQPPLxiwdvjhVnuzjJRF-6" value="Post Queue" style="html=1;shadow=0;dashed=0;align=center;verticalAlign=middle;shape=mxgraph.arrows2.arrow;dy=0;dx=30;notch=30;" parent="1" vertex="1">
          <mxGeometry x="-95" y="-225" width="190" height="60" as="geometry" />
        </mxCell>
        <mxCell id="wQPPLxiwdvjhVnuzjJRF-8" value="airforce server" style="ellipse;shape=cloud;whiteSpace=wrap;html=1;" parent="1" vertex="1">
          <mxGeometry x="140" y="-100" width="140" height="90" as="geometry" />
        </mxCell>
        <mxCell id="wQPPLxiwdvjhVnuzjJRF-19" value="sendMail" style="ellipse;whiteSpace=wrap;html=1;" parent="1" vertex="1">
          <mxGeometry x="1246.25" y="340" width="120" height="80" as="geometry" />
        </mxCell>
        <mxCell id="wQPPLxiwdvjhVnuzjJRF-24" value="전송" style="rounded=0;orthogonalLoop=1;jettySize=auto;html=1;" parent="1" source="wQPPLxiwdvjhVnuzjJRF-23" target="wQPPLxiwdvjhVnuzjJRF-19" edge="1">
          <mxGeometry relative="1" as="geometry" />
        </mxCell>
-         <mxCell id="cLTC8Ta03XSz9wgc8oL8-4" value="실패시 push" style="edgeStyle=orthogonalEdgeStyle;rounded=0;orthogonalLoop=1;jettySize=auto;html=1;entryX=0;entryY=0;entryDx=80;entryDy=0;entryPerimeter=0;exitX=0.5;exitY=0;exitDx=0;exitDy=0;" edge="1" parent="1" source="wQPPLxiwdvjhVnuzjJRF-23" target="TXcI-fBlLuWAS2TPfB02-9">
+         <mxCell id="cLTC8Ta03XSz9wgc8oL8-4" value="실패시 push" style="edgeStyle=orthogonalEdgeStyle;rounded=0;orthogonalLoop=1;jettySize=auto;html=1;entryX=0;entryY=0;entryDx=80;entryDy=0;entryPerimeter=0;exitX=0.5;exitY=0;exitDx=0;exitDy=0;" parent="1" source="wQPPLxiwdvjhVnuzjJRF-23" target="TXcI-fBlLuWAS2TPfB02-9" edge="1">
          <mxGeometry relative="1" as="geometry" />
        </mxCell>
        <mxCell id="wQPPLxiwdvjhVnuzjJRF-23" value="retryDelayedMails" style="ellipse;whiteSpace=wrap;html=1;" parent="1" vertex="1">
          <mxGeometry x="1445" y="150" width="120" height="80" as="geometry" />
        </mxCell>
        <mxCell id="K3UKubzrvV4H-gYz2n_W-5" value="per 4hours" style="edgeStyle=orthogonalEdgeStyle;rounded=0;orthogonalLoop=1;jettySize=auto;html=1;" parent="1" source="K3UKubzrvV4H-gYz2n_W-1" target="K3UKubzrvV4H-gYz2n_W-4" edge="1">
          <mxGeometry relative="1" as="geometry" />
        </mxCell>
        <mxCell id="K3UKubzrvV4H-gYz2n_W-1" value="node-cron" style="rhombus;whiteSpace=wrap;html=1;fillColor=#647687;fontColor=#ffffff;strokeColor=#314354;" parent="1" vertex="1">
          <mxGeometry x="1730" y="530" width="160" height="80" as="geometry" />
        </mxCell>
        <mxCell id="K3UKubzrvV4H-gYz2n_W-3" value="GET" style="edgeStyle=orthogonalEdgeStyle;rounded=0;orthogonalLoop=1;jettySize=auto;html=1;fillColor=#dae8fc;strokeColor=#6c8ebf;" parent="1" source="K3UKubzrvV4H-gYz2n_W-2" target="TXcI-fBlLuWAS2TPfB02-66" edge="1">
          <mxGeometry relative="1" as="geometry" />
        </mxCell>
        <mxCell id="K3UKubzrvV4H-gYz2n_W-2" value="syncProfile" style="ellipse;whiteSpace=wrap;html=1;" parent="1" vertex="1">
          <mxGeometry x="1490" y="700" width="120" height="80" as="geometry" />
        </mxCell>
        <mxCell id="K3UKubzrvV4H-gYz2n_W-6" style="edgeStyle=orthogonalEdgeStyle;rounded=0;orthogonalLoop=1;jettySize=auto;html=1;" parent="1" source="K3UKubzrvV4H-gYz2n_W-4" target="K3UKubzrvV4H-gYz2n_W-2" edge="1">
          <mxGeometry relative="1" as="geometry" />
        </mxCell>
        <mxCell id="K3UKubzrvV4H-gYz2n_W-8" value="인증 실패시 push" style="edgeStyle=orthogonalEdgeStyle;rounded=0;orthogonalLoop=1;jettySize=auto;html=1;exitX=0;exitY=0;exitDx=0;exitDy=0;entryX=0.502;entryY=0.017;entryDx=0;entryDy=0;entryPerimeter=0;" parent="1" source="K3UKubzrvV4H-gYz2n_W-4" target="TXcI-fBlLuWAS2TPfB02-61" edge="1">
          <mxGeometry relative="1" as="geometry">
            <mxPoint x="1300" y="480" as="targetPoint" />
            <Array as="points">
              <mxPoint x="1508" y="520" />
              <mxPoint x="1281" y="520" />
            </Array>
          </mxGeometry>
        </mxCell>
        <mxCell id="K3UKubzrvV4H-gYz2n_W-4" value="verifyUser" style="ellipse;whiteSpace=wrap;html=1;" parent="1" vertex="1">
          <mxGeometry x="1490" y="530" width="120" height="80" as="geometry" />
        </mxCell>
-         <mxCell id="cLTC8Ta03XSz9wgc8oL8-30" value="" style="group" vertex="1" connectable="0" parent="1">
+         <mxCell id="cLTC8Ta03XSz9wgc8oL8-30" value="" style="group" parent="1" vertex="1" connectable="0">
          <mxGeometry x="698.41" y="-450" width="891.59" height="340" as="geometry" />
        </mxCell>
-         <mxCell id="cLTC8Ta03XSz9wgc8oL8-11" value="" style="rounded=0;whiteSpace=wrap;html=1;" vertex="1" parent="cLTC8Ta03XSz9wgc8oL8-30">
+         <mxCell id="cLTC8Ta03XSz9wgc8oL8-11" value="" style="rounded=0;whiteSpace=wrap;html=1;" parent="cLTC8Ta03XSz9wgc8oL8-30" vertex="1">
          <mxGeometry width="891.59" height="340" as="geometry" />
        </mxCell>
-         <mxCell id="cLTC8Ta03XSz9wgc8oL8-12" value="실패시 push" style="edgeStyle=elbowEdgeStyle;rounded=0;orthogonalLoop=1;jettySize=auto;html=1;fillColor=#e1d5e7;strokeColor=#9673a6;dashed=1;entryX=0;entryY=0.5;entryDx=30;entryDy=0;entryPerimeter=0;exitX=1;exitY=0.25;exitDx=0;exitDy=0;" edge="1" parent="cLTC8Ta03XSz9wgc8oL8-30" source="cLTC8Ta03XSz9wgc8oL8-23" target="cLTC8Ta03XSz9wgc8oL8-16">
+         <mxCell id="cLTC8Ta03XSz9wgc8oL8-12" value="실패시 push" style="edgeStyle=elbowEdgeStyle;rounded=0;orthogonalLoop=1;jettySize=auto;html=1;fillColor=#e1d5e7;strokeColor=#9673a6;dashed=1;entryX=0;entryY=0.5;entryDx=30;entryDy=0;entryPerimeter=0;exitX=1;exitY=0.25;exitDx=0;exitDy=0;" parent="cLTC8Ta03XSz9wgc8oL8-30" source="cLTC8Ta03XSz9wgc8oL8-23" target="cLTC8Ta03XSz9wgc8oL8-16" edge="1">
          <mxGeometry relative="1" as="geometry">
            <mxPoint x="572.5000000000001" y="225" as="sourcePoint" />
          </mxGeometry>
        </mxCell>
-         <mxCell id="cLTC8Ta03XSz9wgc8oL8-13" value="POST" style="rounded=0;orthogonalLoop=1;jettySize=auto;html=1;startArrow=none;startFill=0;fillColor=#dae8fc;strokeColor=#6c8ebf;" edge="1" parent="cLTC8Ta03XSz9wgc8oL8-30" source="cLTC8Ta03XSz9wgc8oL8-26" target="cLTC8Ta03XSz9wgc8oL8-14">
-           <mxGeometry relative="1" as="geometry" />
-         </mxCell>
-         <mxCell id="cLTC8Ta03XSz9wgc8oL8-14" value="기훈단 서버" style="ellipse;shape=cloud;whiteSpace=wrap;html=1;fillColor=#dae8fc;strokeColor=#6c8ebf;" vertex="1" parent="cLTC8Ta03XSz9wgc8oL8-30">
+         <mxCell id="cLTC8Ta03XSz9wgc8oL8-13" value="POST" style="rounded=0;orthogonalLoop=1;jettySize=auto;html=1;startArrow=none;startFill=0;fillColor=#dae8fc;strokeColor=#6c8ebf;" parent="cLTC8Ta03XSz9wgc8oL8-30" source="cLTC8Ta03XSz9wgc8oL8-26" target="cLTC8Ta03XSz9wgc8oL8-14" edge="1">
+           <mxGeometry relative="1" as="geometry" />
+         </mxCell>
+         <mxCell id="cLTC8Ta03XSz9wgc8oL8-14" value="기훈단 서버" style="ellipse;shape=cloud;whiteSpace=wrap;html=1;fillColor=#dae8fc;strokeColor=#6c8ebf;" parent="cLTC8Ta03XSz9wgc8oL8-30" vertex="1">
          <mxGeometry x="750.0000000000001" y="200" width="120" height="80" as="geometry" />
        </mxCell>
-         <mxCell id="cLTC8Ta03XSz9wgc8oL8-16" value="Mail Queue" style="html=1;shadow=0;dashed=0;align=center;verticalAlign=middle;shape=mxgraph.arrows2.arrow;dy=0;dx=30;notch=30;fillColor=#f5f5f5;fontColor=#333333;strokeColor=#666666;" vertex="1" parent="cLTC8Ta03XSz9wgc8oL8-30">
+         <mxCell id="cLTC8Ta03XSz9wgc8oL8-16" value="Mail Queue" style="html=1;shadow=0;dashed=0;align=center;verticalAlign=middle;shape=mxgraph.arrows2.arrow;dy=0;dx=30;notch=30;fillColor=#f5f5f5;fontColor=#333333;strokeColor=#666666;" parent="cLTC8Ta03XSz9wgc8oL8-30" vertex="1">
          <mxGeometry x="481.59000000000026" y="60" width="190" height="60" as="geometry" />
        </mxCell>
-         <mxCell id="cLTC8Ta03XSz9wgc8oL8-17" value="POST" style="edgeStyle=orthogonalEdgeStyle;rounded=0;orthogonalLoop=1;jettySize=auto;html=1;fillColor=#dae8fc;strokeColor=#6c8ebf;" edge="1" parent="cLTC8Ta03XSz9wgc8oL8-30" source="cLTC8Ta03XSz9wgc8oL8-18" target="cLTC8Ta03XSz9wgc8oL8-23">
+         <mxCell id="cLTC8Ta03XSz9wgc8oL8-17" value="POST" style="edgeStyle=orthogonalEdgeStyle;rounded=0;orthogonalLoop=1;jettySize=auto;html=1;fillColor=#dae8fc;strokeColor=#6c8ebf;" parent="cLTC8Ta03XSz9wgc8oL8-30" source="cLTC8Ta03XSz9wgc8oL8-18" target="cLTC8Ta03XSz9wgc8oL8-23" edge="1">
          <mxGeometry relative="1" as="geometry">
            <mxPoint x="260" y="240" as="targetPoint" />
            <Array as="points">
              <mxPoint x="250" y="230" />
              <mxPoint x="250" y="230" />
            </Array>
          </mxGeometry>
        </mxCell>
-         <mxCell id="cLTC8Ta03XSz9wgc8oL8-18" value="Client" style="rounded=1;whiteSpace=wrap;html=1;fillColor=#ffe6cc;strokeColor=#d79b00;" vertex="1" parent="cLTC8Ta03XSz9wgc8oL8-30">
+         <mxCell id="cLTC8Ta03XSz9wgc8oL8-18" value="Client" style="rounded=1;whiteSpace=wrap;html=1;fillColor=#ffe6cc;strokeColor=#d79b00;" parent="cLTC8Ta03XSz9wgc8oL8-30" vertex="1">
          <mxGeometry x="50" y="210" width="120" height="60" as="geometry" />
        </mxCell>
-         <mxCell id="cLTC8Ta03XSz9wgc8oL8-19" value="Mail" style="strokeWidth=2;html=1;shape=mxgraph.flowchart.database;whiteSpace=wrap;fillColor=#f5f5f5;fontColor=#333333;strokeColor=#666666;" vertex="1" parent="cLTC8Ta03XSz9wgc8oL8-30">
+         <mxCell id="cLTC8Ta03XSz9wgc8oL8-19" value="Mail" style="strokeWidth=2;html=1;shape=mxgraph.flowchart.database;whiteSpace=wrap;fillColor=#f5f5f5;fontColor=#333333;strokeColor=#666666;" parent="cLTC8Ta03XSz9wgc8oL8-30" vertex="1">
          <mxGeometry x="320" y="100" width="60" height="60" as="geometry" />
        </mxCell>
-         <mxCell id="cLTC8Ta03XSz9wgc8oL8-20" value="편지 저장" style="edgeStyle=orthogonalEdgeStyle;rounded=0;orthogonalLoop=1;jettySize=auto;html=1;" edge="1" parent="cLTC8Ta03XSz9wgc8oL8-30" source="cLTC8Ta03XSz9wgc8oL8-23" target="cLTC8Ta03XSz9wgc8oL8-19">
-           <mxGeometry relative="1" as="geometry" />
-         </mxCell>
-         <mxCell id="cLTC8Ta03XSz9wgc8oL8-21" value="전송" style="edgeStyle=orthogonalEdgeStyle;rounded=0;orthogonalLoop=1;jettySize=auto;html=1;dashed=1;fillColor=#e1d5e7;strokeColor=#9673a6;" edge="1" parent="cLTC8Ta03XSz9wgc8oL8-30" source="cLTC8Ta03XSz9wgc8oL8-23" target="cLTC8Ta03XSz9wgc8oL8-26">
+         <mxCell id="cLTC8Ta03XSz9wgc8oL8-20" value="편지 저장" style="edgeStyle=orthogonalEdgeStyle;rounded=0;orthogonalLoop=1;jettySize=auto;html=1;" parent="cLTC8Ta03XSz9wgc8oL8-30" source="cLTC8Ta03XSz9wgc8oL8-23" target="cLTC8Ta03XSz9wgc8oL8-19" edge="1">
+           <mxGeometry relative="1" as="geometry" />
+         </mxCell>
+         <mxCell id="cLTC8Ta03XSz9wgc8oL8-21" value="전송" style="edgeStyle=orthogonalEdgeStyle;rounded=0;orthogonalLoop=1;jettySize=auto;html=1;dashed=1;fillColor=#e1d5e7;strokeColor=#9673a6;" parent="cLTC8Ta03XSz9wgc8oL8-30" source="cLTC8Ta03XSz9wgc8oL8-23" target="cLTC8Ta03XSz9wgc8oL8-26" edge="1">
          <mxGeometry relative="1" as="geometry">
            <mxPoint x="550.0000000000001" y="240" as="targetPoint" />
          </mxGeometry>
        </mxCell>
-         <mxCell id="cLTC8Ta03XSz9wgc8oL8-22" value="50ms" style="edgeStyle=orthogonalEdgeStyle;rounded=0;orthogonalLoop=1;jettySize=auto;html=1;strokeColor=#67AB9F;" edge="1" parent="cLTC8Ta03XSz9wgc8oL8-30" source="cLTC8Ta03XSz9wgc8oL8-23" target="cLTC8Ta03XSz9wgc8oL8-18">
+         <mxCell id="cLTC8Ta03XSz9wgc8oL8-22" value="50ms" style="edgeStyle=orthogonalEdgeStyle;rounded=0;orthogonalLoop=1;jettySize=auto;html=1;strokeColor=#67AB9F;" parent="cLTC8Ta03XSz9wgc8oL8-30" source="cLTC8Ta03XSz9wgc8oL8-23" target="cLTC8Ta03XSz9wgc8oL8-18" edge="1">
          <mxGeometry relative="1" as="geometry">
            <Array as="points">
              <mxPoint x="250" y="250" />
              <mxPoint x="250" y="250" />
            </Array>
          </mxGeometry>
        </mxCell>
-         <mxCell id="cLTC8Ta03XSz9wgc8oL8-23" value="/mail" style="rounded=1;whiteSpace=wrap;html=1;" vertex="1" parent="cLTC8Ta03XSz9wgc8oL8-30">
+         <mxCell id="cLTC8Ta03XSz9wgc8oL8-23" value="/mail" style="rounded=1;whiteSpace=wrap;html=1;" parent="cLTC8Ta03XSz9wgc8oL8-30" vertex="1">
          <mxGeometry x="290" y="210" width="120" height="60" as="geometry" />
        </mxCell>
-         <mxCell id="cLTC8Ta03XSz9wgc8oL8-26" value="sendMail" style="ellipse;whiteSpace=wrap;html=1;" vertex="1" parent="cLTC8Ta03XSz9wgc8oL8-30">
+         <mxCell id="cLTC8Ta03XSz9wgc8oL8-26" value="sendMail" style="ellipse;whiteSpace=wrap;html=1;" parent="cLTC8Ta03XSz9wgc8oL8-30" vertex="1">
          <mxGeometry x="536.2500000000001" y="200" width="120" height="80" as="geometry" />
+         </mxCell>
+         <mxCell id="HjyYQR78wkuJb60IUFvB-1" value="DB" style="shape=cylinder3;whiteSpace=wrap;html=1;boundedLbl=1;backgroundOutline=1;size=15;" vertex="1" parent="1">
+           <mxGeometry x="-580" y="575" width="60" height="80" as="geometry" />
+         </mxCell>
+         <mxCell id="HjyYQR78wkuJb60IUFvB-27" style="edgeStyle=orthogonalEdgeStyle;rounded=0;orthogonalLoop=1;jettySize=auto;html=1;" edge="1" parent="1" source="HjyYQR78wkuJb60IUFvB-2" target="HjyYQR78wkuJb60IUFvB-21">
+           <mxGeometry relative="1" as="geometry" />
+         </mxCell>
+         <mxCell id="HjyYQR78wkuJb60IUFvB-2" value="bean" style="rounded=0;whiteSpace=wrap;html=1;" vertex="1" parent="1">
+           <mxGeometry x="-1310" y="585" width="120" height="60" as="geometry" />
+         </mxCell>
+         <mxCell id="HjyYQR78wkuJb60IUFvB-5" style="edgeStyle=orthogonalEdgeStyle;rounded=0;orthogonalLoop=1;jettySize=auto;html=1;" edge="1" parent="1" source="HjyYQR78wkuJb60IUFvB-4" target="HjyYQR78wkuJb60IUFvB-1">
+           <mxGeometry relative="1" as="geometry" />
+         </mxCell>
+         <mxCell id="HjyYQR78wkuJb60IUFvB-9" style="edgeStyle=orthogonalEdgeStyle;rounded=0;orthogonalLoop=1;jettySize=auto;html=1;" edge="1" parent="1" source="HjyYQR78wkuJb60IUFvB-4" target="HjyYQR78wkuJb60IUFvB-6">
+           <mxGeometry relative="1" as="geometry" />
+         </mxCell>
+         <mxCell id="HjyYQR78wkuJb60IUFvB-4" value="repository" style="rounded=0;whiteSpace=wrap;html=1;" vertex="1" parent="1">
+           <mxGeometry x="-760" y="585" width="120" height="60" as="geometry" />
+         </mxCell>
+         <mxCell id="HjyYQR78wkuJb60IUFvB-6" value="repository interface" style="rounded=0;whiteSpace=wrap;html=1;" vertex="1" parent="1">
+           <mxGeometry x="-930" y="585" width="120" height="60" as="geometry" />
+         </mxCell>
+         <mxCell id="HjyYQR78wkuJb60IUFvB-12" style="edgeStyle=orthogonalEdgeStyle;rounded=0;orthogonalLoop=1;jettySize=auto;html=1;" edge="1" parent="1" source="HjyYQR78wkuJb60IUFvB-11" target="HjyYQR78wkuJb60IUFvB-2">
+           <mxGeometry relative="1" as="geometry" />
+         </mxCell>
+         <mxCell id="HjyYQR78wkuJb60IUFvB-11" value="server action" style="rounded=0;whiteSpace=wrap;html=1;" vertex="1" parent="1">
+           <mxGeometry x="-1550" y="585" width="120" height="60" as="geometry" />
+         </mxCell>
+         <mxCell id="HjyYQR78wkuJb60IUFvB-43" style="edgeStyle=orthogonalEdgeStyle;rounded=0;orthogonalLoop=1;jettySize=auto;html=1;" edge="1" parent="1" source="HjyYQR78wkuJb60IUFvB-13" target="HjyYQR78wkuJb60IUFvB-11">
+           <mxGeometry relative="1" as="geometry" />
+         </mxCell>
+         <mxCell id="HjyYQR78wkuJb60IUFvB-13" value="client component" style="rounded=0;whiteSpace=wrap;html=1;" vertex="1" parent="1">
+           <mxGeometry x="-1860" y="585" width="120" height="60" as="geometry" />
+         </mxCell>
+         <mxCell id="HjyYQR78wkuJb60IUFvB-17" style="rounded=0;orthogonalLoop=1;jettySize=auto;html=1;" edge="1" parent="1" source="HjyYQR78wkuJb60IUFvB-14" target="HjyYQR78wkuJb60IUFvB-2">
+           <mxGeometry relative="1" as="geometry" />
+         </mxCell>
+         <mxCell id="HjyYQR78wkuJb60IUFvB-14" value="ssr bridge" style="rounded=0;whiteSpace=wrap;html=1;" vertex="1" parent="1">
+           <mxGeometry x="-1550" y="670" width="120" height="60" as="geometry" />
+         </mxCell>
+         <mxCell id="HjyYQR78wkuJb60IUFvB-16" style="rounded=0;orthogonalLoop=1;jettySize=auto;html=1;" edge="1" parent="1" source="HjyYQR78wkuJb60IUFvB-15" target="HjyYQR78wkuJb60IUFvB-2">
+           <mxGeometry relative="1" as="geometry" />
+         </mxCell>
+         <mxCell id="HjyYQR78wkuJb60IUFvB-15" value="api route" style="rounded=0;whiteSpace=wrap;html=1;" vertex="1" parent="1">
+           <mxGeometry x="-1550" y="500" width="120" height="60" as="geometry" />
+         </mxCell>
+         <mxCell id="HjyYQR78wkuJb60IUFvB-22" style="edgeStyle=orthogonalEdgeStyle;rounded=0;orthogonalLoop=1;jettySize=auto;html=1;" edge="1" parent="1" source="HjyYQR78wkuJb60IUFvB-21" target="HjyYQR78wkuJb60IUFvB-6">
+           <mxGeometry relative="1" as="geometry" />
+         </mxCell>
+         <mxCell id="HjyYQR78wkuJb60IUFvB-21" value="service" style="rounded=0;whiteSpace=wrap;html=1;" vertex="1" parent="1">
+           <mxGeometry x="-1120" y="585" width="120" height="60" as="geometry" />
+         </mxCell>
+         <mxCell id="HjyYQR78wkuJb60IUFvB-31" value="controller" style="text;html=1;align=center;verticalAlign=middle;whiteSpace=wrap;rounded=0;" vertex="1" parent="1">
+           <mxGeometry x="-1520" y="420" width="60" height="30" as="geometry" />
+         </mxCell>
+         <mxCell id="HjyYQR78wkuJb60IUFvB-36" value="Backend" style="text;html=1;align=center;verticalAlign=middle;whiteSpace=wrap;rounded=0;" vertex="1" parent="1">
+           <mxGeometry x="-1095" y="320" width="60" height="30" as="geometry" />
+         </mxCell>
+         <mxCell id="HjyYQR78wkuJb60IUFvB-38" value="service" style="text;html=1;align=center;verticalAlign=middle;whiteSpace=wrap;rounded=0;" vertex="1" parent="1">
+           <mxGeometry x="-1090" y="420" width="60" height="30" as="geometry" />
+         </mxCell>
+         <mxCell id="HjyYQR78wkuJb60IUFvB-42" style="edgeStyle=orthogonalEdgeStyle;rounded=0;orthogonalLoop=1;jettySize=auto;html=1;" edge="1" parent="1" source="HjyYQR78wkuJb60IUFvB-41" target="HjyYQR78wkuJb60IUFvB-14">
+           <mxGeometry relative="1" as="geometry" />
+         </mxCell>
+         <mxCell id="HjyYQR78wkuJb60IUFvB-50" style="edgeStyle=orthogonalEdgeStyle;rounded=0;orthogonalLoop=1;jettySize=auto;html=1;" edge="1" parent="1" source="HjyYQR78wkuJb60IUFvB-41" target="HjyYQR78wkuJb60IUFvB-13">
+           <mxGeometry relative="1" as="geometry" />
+         </mxCell>
+         <mxCell id="HjyYQR78wkuJb60IUFvB-41" value="server component" style="rounded=0;whiteSpace=wrap;html=1;" vertex="1" parent="1">
+           <mxGeometry x="-1860" y="670" width="120" height="60" as="geometry" />
+         </mxCell>
+         <mxCell id="HjyYQR78wkuJb60IUFvB-47" value="Frontend" style="text;html=1;align=center;verticalAlign=middle;whiteSpace=wrap;rounded=0;" vertex="1" parent="1">
+           <mxGeometry x="-1975" y="320" width="60" height="30" as="geometry" />
+         </mxCell>
+         <mxCell id="HjyYQR78wkuJb60IUFvB-49" style="edgeStyle=orthogonalEdgeStyle;rounded=0;orthogonalLoop=1;jettySize=auto;html=1;" edge="1" parent="1" source="HjyYQR78wkuJb60IUFvB-48" target="HjyYQR78wkuJb60IUFvB-41">
+           <mxGeometry relative="1" as="geometry" />
+         </mxCell>
+         <mxCell id="HjyYQR78wkuJb60IUFvB-48" value="page router" style="rounded=0;whiteSpace=wrap;html=1;" vertex="1" parent="1">
+           <mxGeometry x="-2095" y="670" width="120" height="60" as="geometry" />
+         </mxCell>
+         <mxCell id="HjyYQR78wkuJb60IUFvB-58" style="edgeStyle=orthogonalEdgeStyle;rounded=0;orthogonalLoop=1;jettySize=auto;html=1;" edge="1" parent="1" source="HjyYQR78wkuJb60IUFvB-51" target="HjyYQR78wkuJb60IUFvB-56">
+           <mxGeometry relative="1" as="geometry" />
+         </mxCell>
+         <mxCell id="HjyYQR78wkuJb60IUFvB-60" style="edgeStyle=orthogonalEdgeStyle;rounded=0;orthogonalLoop=1;jettySize=auto;html=1;" edge="1" parent="1" source="HjyYQR78wkuJb60IUFvB-51" target="HjyYQR78wkuJb60IUFvB-59">
+           <mxGeometry relative="1" as="geometry" />
+         </mxCell>
+         <mxCell id="HjyYQR78wkuJb60IUFvB-51" value="nginx" style="rounded=0;whiteSpace=wrap;html=1;" vertex="1" parent="1">
+           <mxGeometry x="-2460" y="505" width="120" height="60" as="geometry" />
+         </mxCell>
+         <mxCell id="HjyYQR78wkuJb60IUFvB-54" value="https" style="edgeStyle=orthogonalEdgeStyle;rounded=0;orthogonalLoop=1;jettySize=auto;html=1;" edge="1" parent="1" source="HjyYQR78wkuJb60IUFvB-52" target="HjyYQR78wkuJb60IUFvB-51">
+           <mxGeometry relative="1" as="geometry" />
+         </mxCell>
+         <mxCell id="HjyYQR78wkuJb60IUFvB-52" value="user" style="shape=umlActor;verticalLabelPosition=bottom;verticalAlign=top;html=1;outlineConnect=0;" vertex="1" parent="1">
+           <mxGeometry x="-2650" y="505" width="30" height="60" as="geometry" />
+         </mxCell>
+         <mxCell id="HjyYQR78wkuJb60IUFvB-57" value="rokafmail.kr:3000" style="text;html=1;align=center;verticalAlign=middle;whiteSpace=wrap;rounded=0;" vertex="1" parent="1">
+           <mxGeometry x="-1280" y="225" width="60" height="30" as="geometry" />
+         </mxCell>
+         <mxCell id="HjyYQR78wkuJb60IUFvB-59" value="maintenance.html" style="rounded=0;whiteSpace=wrap;html=1;" vertex="1" parent="1">
+           <mxGeometry x="-2460" y="390" width="120" height="60" as="geometry" />
        </mxCell>
      </root>
    </mxGraphModel>
  </diagram>
</mxfile>
